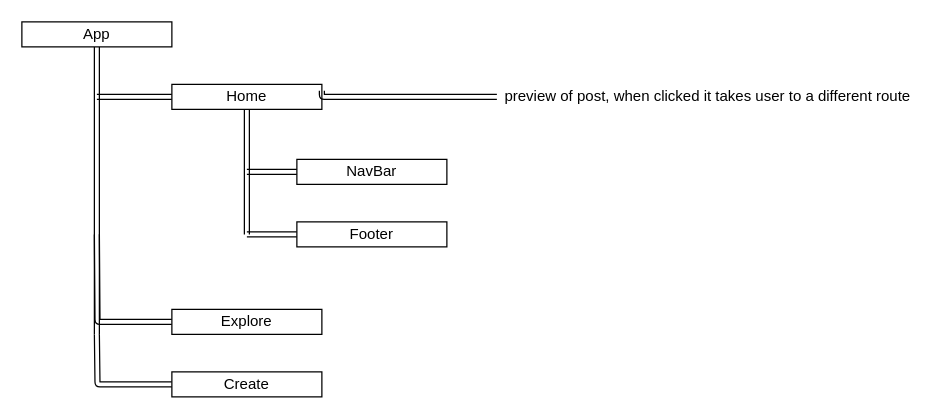
Earlier version of the draw.io diagram test.drawio (SteJoSi/phase-2-project-MooGram). Source tidied: cells renumbered, new cells numbered last; positions are measured from the earlier drawing's top-left corner, leaving out a move shared by most shapes. Both pictures are drawn from the tidied source at 125%, with x=0, y=0 at pixel (21, 21).
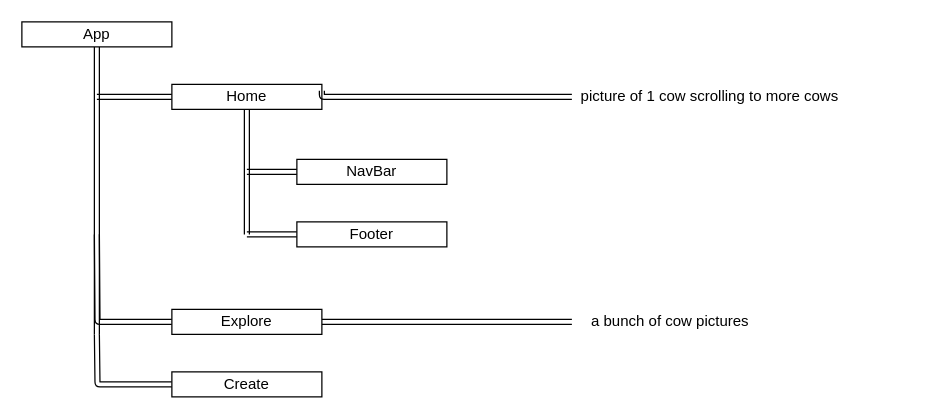
Above is the later version.

Unchanged cells that the change refers to:
```xml
<mxCell id="8" value="Explore" style="whiteSpace=wrap;html=1;" parent="1" vertex="1">
  <mxGeometry x="120" y="230" width="120" height="20" as="geometry" />
</mxCell>
```

The edit, as a diff of the source:
```diff
@@
+    <mxCell id="17" style="edgeStyle=orthogonalEdgeStyle;shape=link;html=1;exitX=1;exitY=0.5;exitDx=0;exitDy=0;" parent="1" edge="1" source="8">
+      <mxGeometry relative="1" as="geometry">
+        <mxPoint x="440" y="240" as="targetPoint" />
+      </mxGeometry>
+    </mxCell>
@@
-    <mxCell id="14" value="preview of post, when clicked it takes user to a different route&amp;nbsp;" style="text;html=1;align=center;verticalAlign=middle;points=[];strokeColor=none;fillColor=none;" parent="1" vertex="1">
-      <mxGeometry x="380" y="50" width="340" height="20" as="geometry" />
+    <mxCell id="14" value="picture of 1 cow scrolling to more cows" style="text;html=1;align=center;verticalAlign=middle;points=[];strokeColor=none;fillColor=none;" parent="1" vertex="1">
+      <mxGeometry x="440" y="50" width="220" height="20" as="geometry" />
     </mxCell>
@@
+    <mxCell id="18" value="a bunch of cow pictures&amp;nbsp;" style="text;html=1;align=center;verticalAlign=middle;strokeColor=none;fillColor=none;" parent="1" vertex="1">
+      <mxGeometry x="450" y="230" width="140" height="20" as="geometry" />
+    </mxCell>
```
